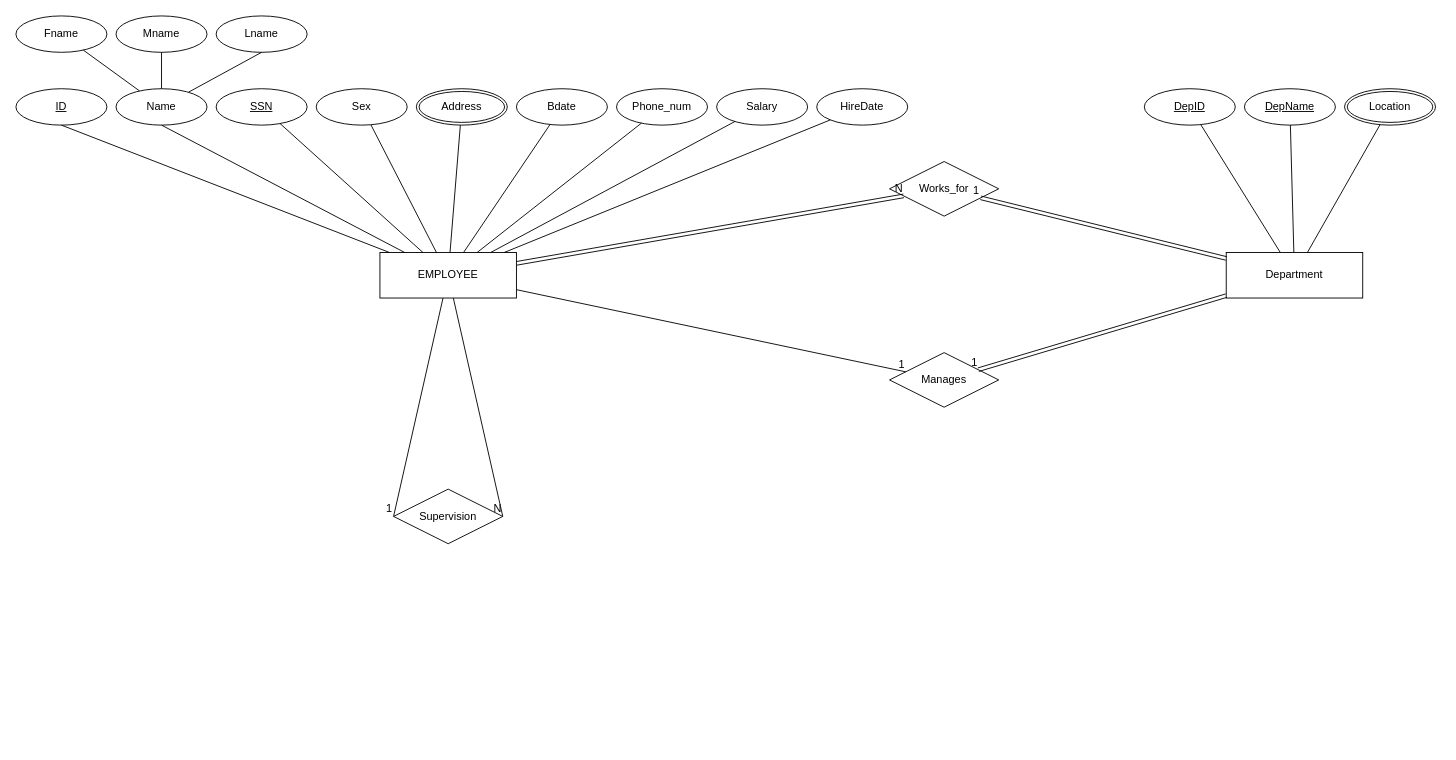
Above: docs/project.drawio in anand-byamba/database-project (draw.io), before the change. Source tidied: cells renumbered, new cells numbered last; positions are measured from the earlier drawing's top-left corner, leaving out a move shared by most shapes. Both pictures are drawn from the tidied source at 91%, with x=0, y=0 at pixel (15, 15).
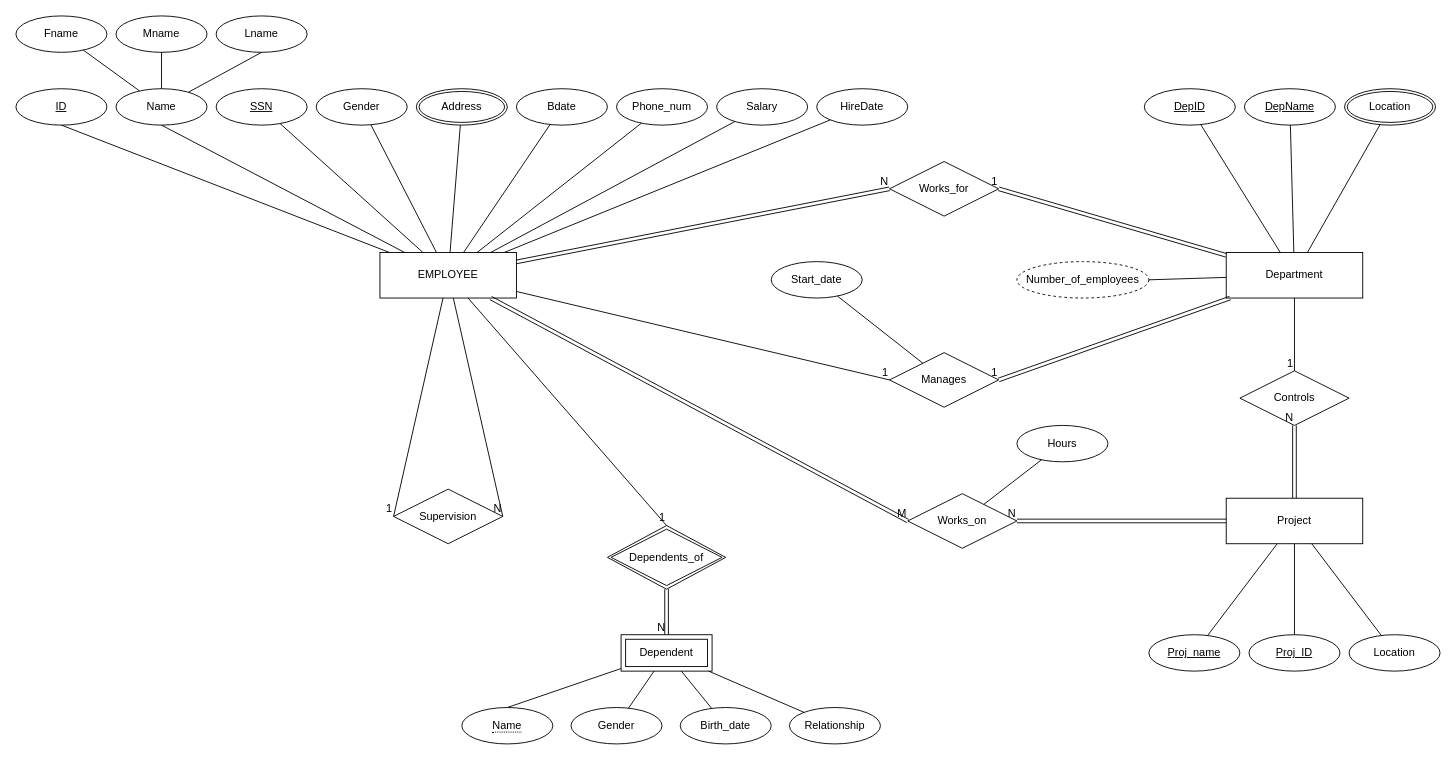
The same diagram, later.

Unchanged cells that the change refers to:
```xml
<mxCell id="2" value="EMPLOYEE" style="whiteSpace=wrap;html=1;align=center;" parent="1" vertex="1">
  <mxGeometry x="400" y="260" width="150" height="50" as="geometry" />
</mxCell>
<mxCell id="27" value="Department" style="whiteSpace=wrap;html=1;align=center;" parent="1" vertex="1">
  <mxGeometry x="1330" y="260" width="150" height="50" as="geometry" />
</mxCell>
<mxCell id="34" value="Works_for" style="shape=rhombus;perimeter=rhombusPerimeter;whiteSpace=wrap;html=1;align=center;" parent="1" vertex="1">
  <mxGeometry x="960" y="160" width="120" height="60" as="geometry" />
</mxCell>
<mxCell id="35" value="Manages" style="shape=rhombus;perimeter=rhombusPerimeter;whiteSpace=wrap;html=1;align=center;" parent="1" vertex="1">
  <mxGeometry x="960" y="370" width="120" height="60" as="geometry" />
</mxCell>
```

Diff of the diagram source:
```diff
@@
-    <mxCell id="15" value="Sex" style="ellipse;whiteSpace=wrap;html=1;align=center;" parent="1" vertex="1">
+    <mxCell id="15" value="Gender" style="ellipse;whiteSpace=wrap;html=1;align=center;" parent="1" vertex="1">
       <mxGeometry x="330" y="80" width="100" height="40" as="geometry" />
     </mxCell>
@@
-    <mxCell id="36" style="shape=link;html=1;rounded=0;" parent="1" edge="1" source="2" target="34">
+    <mxCell id="36" style="shape=link;html=1;rounded=0;entryX=0;entryY=0.5;entryDx=0;entryDy=0;" parent="1" edge="1" source="2" target="34">
       <mxGeometry relative="1" as="geometry" />
     </mxCell>
@@
-    <mxCell id="38" style="shape=link;html=1;rounded=0;" parent="1" edge="1" source="27" target="34">
+    <mxCell id="38" style="shape=link;html=1;rounded=0;entryX=1;entryY=0.5;entryDx=0;entryDy=0;" parent="1" edge="1" source="27" target="34">
       <mxGeometry relative="1" as="geometry" />
     </mxCell>
@@
-    <mxCell id="40" style="endArrow=none;html=1;rounded=0;" parent="1" edge="1" source="2" target="35">
+    <mxCell id="40" style="endArrow=none;html=1;rounded=0;entryX=0;entryY=0.5;entryDx=0;entryDy=0;" parent="1" edge="1" source="2" target="35">
       <mxGeometry relative="1" as="geometry" />
     </mxCell>
@@
-    <mxCell id="42" style="shape=link;html=1;rounded=0;" parent="1" edge="1" source="27" target="35">
+    <mxCell id="42" style="shape=link;html=1;rounded=0;entryX=1;entryY=0.5;entryDx=0;entryDy=0;" parent="1" edge="1" source="27" target="35">
       <mxGeometry relative="1" as="geometry" />
     </mxCell>
@@
+    <mxCell id="49" value="Project" style="whiteSpace=wrap;html=1;align=center;" parent="1" vertex="1">
+      <mxGeometry x="1330" y="530" width="150" height="50" as="geometry" />
+    </mxCell>
+    <mxCell id="50" value="Controls" style="shape=rhombus;perimeter=rhombusPerimeter;whiteSpace=wrap;html=1;align=center;" parent="1" vertex="1">
+      <mxGeometry x="1345" y="390" width="120" height="60" as="geometry" />
+    </mxCell>
+    <mxCell id="51" value="Works_on" style="shape=rhombus;perimeter=rhombusPerimeter;whiteSpace=wrap;html=1;align=center;" parent="1" vertex="1">
+      <mxGeometry x="980" y="525" width="120" height="60" as="geometry" />
+    </mxCell>
+    <mxCell id="52" value="Proj_ID" style="ellipse;whiteSpace=wrap;html=1;align=center;fontStyle=4;" parent="1" vertex="1">
+      <mxGeometry x="1355" y="680" width="100" height="40" as="geometry" />
+    </mxCell>
+    <mxCell id="53" value="Proj_name" style="ellipse;whiteSpace=wrap;html=1;align=center;fontStyle=4;" parent="1" vertex="1">
+      <mxGeometry x="1245" y="680" width="100" height="40" as="geometry" />
+    </mxCell>
+    <mxCell id="54" value="Location" style="ellipse;whiteSpace=wrap;html=1;align=center;" parent="1" vertex="1">
+      <mxGeometry x="1465" y="680" width="100" height="40" as="geometry" />
+    </mxCell>
+    <mxCell id="55" style="endArrow=none;html=1;rounded=0;" parent="1" edge="1" source="53" target="49">
+      <mxGeometry relative="1" as="geometry" />
+    </mxCell>
+    <mxCell id="56" style="endArrow=none;html=1;rounded=0;" parent="1" edge="1" source="52" target="49">
+      <mxGeometry relative="1" as="geometry" />
+    </mxCell>
+    <mxCell id="57" style="endArrow=none;html=1;rounded=0;" parent="1" edge="1" source="49" target="54">
+      <mxGeometry relative="1" as="geometry" />
+    </mxCell>
+    <mxCell id="58" value="Hours" style="ellipse;whiteSpace=wrap;html=1;align=center;" parent="1" vertex="1">
+      <mxGeometry x="1100" y="450" width="100" height="40" as="geometry" />
+    </mxCell>
+    <mxCell id="59" style="endArrow=none;html=1;rounded=0;" parent="1" edge="1" source="51" target="58">
+      <mxGeometry relative="1" as="geometry" />
+    </mxCell>
+    <mxCell id="60" style="shape=link;html=1;rounded=0;entryX=0;entryY=0.5;entryDx=0;entryDy=0;" parent="1" edge="1" source="2" target="51">
+      <mxGeometry relative="1" as="geometry" />
+    </mxCell>
+    <mxCell id="61" value="M" style="html=1;whiteSpace=wrap;align=right;verticalAlign=bottom;" parent="60" vertex="1">
+      <mxGeometry x="1" relative="1" as="geometry" />
+    </mxCell>
+    <mxCell id="62" style="shape=link;html=1;rounded=0;entryX=1;entryY=0.5;entryDx=0;entryDy=0;" parent="1" edge="1" source="49" target="51">
+      <mxGeometry relative="1" as="geometry" />
+    </mxCell>
+    <mxCell id="63" value="N" style="html=1;whiteSpace=wrap;align=right;verticalAlign=bottom;" parent="62" vertex="1">
+      <mxGeometry x="1" relative="1" as="geometry" />
+    </mxCell>
+    <mxCell id="64" style="endArrow=none;html=1;rounded=0;" parent="1" edge="1" source="27" target="50">
+      <mxGeometry relative="1" as="geometry" />
+    </mxCell>
+    <mxCell id="65" value="1" style="html=1;whiteSpace=wrap;align=right;verticalAlign=bottom;" parent="64" vertex="1">
+      <mxGeometry x="1" relative="1" as="geometry" />
+    </mxCell>
+    <mxCell id="66" style="shape=link;html=1;rounded=0;" parent="1" edge="1" source="49" target="50">
+      <mxGeometry relative="1" as="geometry" />
+    </mxCell>
+    <mxCell id="67" value="N" style="html=1;whiteSpace=wrap;align=right;verticalAlign=bottom;" parent="66" vertex="1">
+      <mxGeometry x="1" relative="1" as="geometry" />
+    </mxCell>
+    <mxCell id="68" value="Dependen&lt;span style=&quot;background-color: transparent; color: light-dark(rgb(0, 0, 0), rgb(255, 255, 255));&quot;&gt;ts_of&lt;/span&gt;" style="shape=rhombus;double=1;perimeter=rhombusPerimeter;whiteSpace=wrap;html=1;align=center;" parent="1" vertex="1">
+      <mxGeometry x="650" y="560" width="130" height="70" as="geometry" />
+    </mxCell>
+    <mxCell id="69" style="endArrow=none;html=1;rounded=0;entryX=0.5;entryY=0;entryDx=0;entryDy=0;" parent="1" edge="1" source="2" target="68">
+      <mxGeometry relative="1" as="geometry" />
+    </mxCell>
+    <mxCell id="70" value="1" style="html=1;whiteSpace=wrap;align=right;verticalAlign=bottom;" parent="69" vertex="1">
+      <mxGeometry x="1" relative="1" as="geometry" />
+    </mxCell>
+    <mxCell id="71" value="Dependent" style="shape=ext;margin=3;double=1;whiteSpace=wrap;html=1;align=center;" parent="1" vertex="1">
+      <mxGeometry x="665" y="680" width="100" height="40" as="geometry" />
+    </mxCell>
+    <mxCell id="72" style="shape=link;html=1;rounded=0;exitX=0.5;exitY=1;exitDx=0;exitDy=0;" parent="1" edge="1" source="68" target="71">
+      <mxGeometry relative="1" as="geometry" />
+    </mxCell>
+    <mxCell id="73" value="N" style="html=1;whiteSpace=wrap;align=right;verticalAlign=bottom;" parent="72" vertex="1">
+      <mxGeometry x="1" relative="1" as="geometry" />
+    </mxCell>
+    <mxCell id="74" value="&lt;span style=&quot;border-bottom: 1px dotted&quot;&gt;Name&lt;/span&gt;" style="ellipse;whiteSpace=wrap;html=1;align=center;" parent="1" vertex="1">
+      <mxGeometry x="490" y="760" width="100" height="40" as="geometry" />
+    </mxCell>
+    <mxCell id="75" value="Gender" style="ellipse;whiteSpace=wrap;html=1;align=center;" parent="1" vertex="1">
+      <mxGeometry x="610" y="760" width="100" height="40" as="geometry" />
+    </mxCell>
+    <mxCell id="76" value="Birth_date" style="ellipse;whiteSpace=wrap;html=1;align=center;" parent="1" vertex="1">
+      <mxGeometry x="730" y="760" width="100" height="40" as="geometry" />
+    </mxCell>
+    <mxCell id="77" value="Relationship" style="ellipse;whiteSpace=wrap;html=1;align=center;" parent="1" vertex="1">
+      <mxGeometry x="850" y="760" width="100" height="40" as="geometry" />
+    </mxCell>
+    <mxCell id="78" style="endArrow=none;html=1;rounded=0;exitX=0.5;exitY=0;exitDx=0;exitDy=0;" parent="1" edge="1" source="74" target="71">
+      <mxGeometry relative="1" as="geometry" />
+    </mxCell>
+    <mxCell id="79" style="endArrow=none;html=1;rounded=0;" parent="1" edge="1" source="75" target="71">
+      <mxGeometry relative="1" as="geometry" />
+    </mxCell>
+    <mxCell id="80" style="endArrow=none;html=1;rounded=0;" parent="1" edge="1" source="71" target="76">
+      <mxGeometry relative="1" as="geometry" />
+    </mxCell>
+    <mxCell id="81" style="endArrow=none;html=1;rounded=0;" parent="1" edge="1" source="71" target="77">
+      <mxGeometry relative="1" as="geometry" />
+    </mxCell>
+    <mxCell id="82" value="Start_date" style="ellipse;whiteSpace=wrap;html=1;align=center;" parent="1" vertex="1">
+      <mxGeometry x="830" y="270" width="100" height="40" as="geometry" />
+    </mxCell>
+    <mxCell id="83" style="endArrow=none;html=1;rounded=0;" parent="1" edge="1" source="82" target="35">
+      <mxGeometry relative="1" as="geometry" />
+    </mxCell>
+    <mxCell id="84" value="Number_of_employees" style="ellipse;whiteSpace=wrap;html=1;align=center;dashed=1;" parent="1" vertex="1">
+      <mxGeometry x="1100" y="270" width="145" height="40" as="geometry" />
+    </mxCell>
+    <mxCell id="85" style="endArrow=none;html=1;rounded=0;exitX=1;exitY=0.5;exitDx=0;exitDy=0;" parent="1" edge="1" source="84" target="27">
+      <mxGeometry relative="1" as="geometry" />
+    </mxCell>
```
